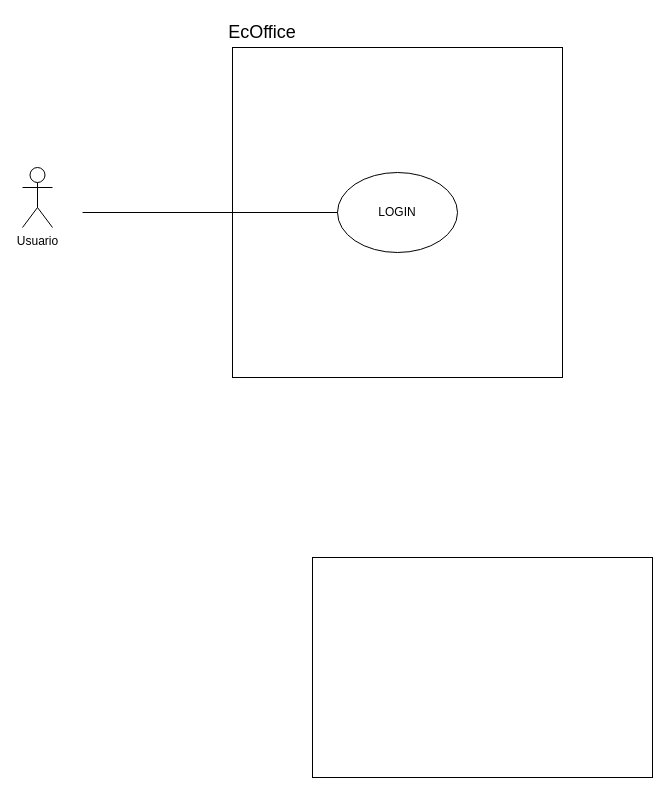
Before: EcOffice casos de uso.drawio in HaasjamesDEV/EcOffice, a draw.io diagram. Source tidied: cells renumbered, new cells numbered last; positions are measured from the earlier drawing's top-left corner, leaving out a move shared by most shapes. Both pictures are drawn from the tidied source at 100%, with x=0, y=0 at pixel (22, 17).
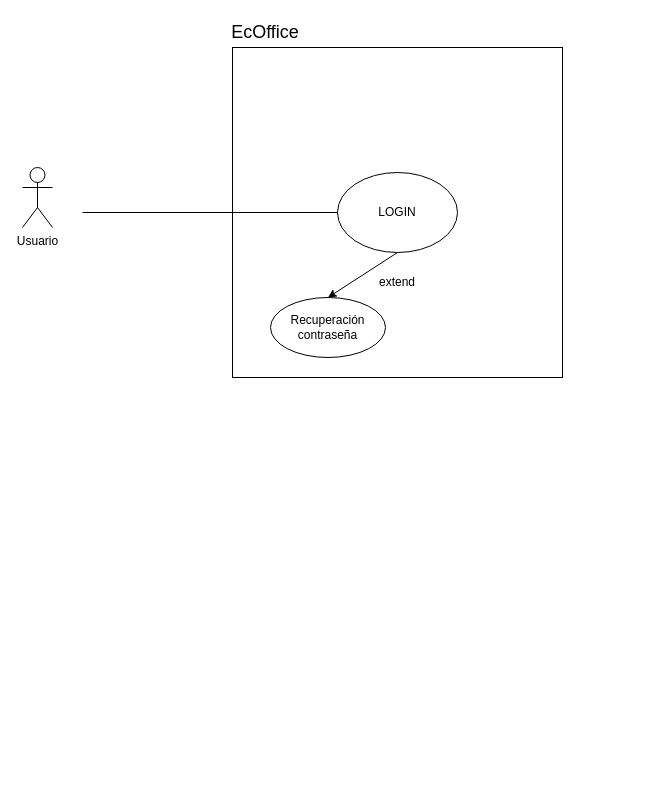
After the change.

Change to the diagram source:
```diff
@@
 <mxGraphModel>
   <root>
     <mxCell id="0" />
     <mxCell id="1" parent="0" />
     <mxCell id="2" style="whiteSpace=wrap;html=1;" parent="1" vertex="1">
       <mxGeometry x="210" y="30" width="330" height="330" as="geometry" />
     </mxCell>
     <mxCell id="3" value="Usuario" style="shape=umlActor;verticalLabelPosition=bottom;verticalAlign=top;html=1;" parent="1" vertex="1">
       <mxGeometry y="150" width="30" height="60" as="geometry" />
     </mxCell>
     <mxCell id="4" value="LOGIN" style="ellipse;whiteSpace=wrap;html=1;" parent="1" vertex="1">
       <mxGeometry x="315" y="155" width="120" height="80" as="geometry" />
     </mxCell>
     <mxCell id="5" value="&lt;font style=&quot;font-size: 18px;&quot;&gt;EcOffice&lt;/font&gt;" style="text;html=1;align=center;verticalAlign=middle;whiteSpace=wrap;rounded=0;" parent="1" vertex="1">
-      <mxGeometry x="210" width="60" height="30" as="geometry" />
+      <mxGeometry x="213" width="60" height="30" as="geometry" />
     </mxCell>
     <mxCell id="6" style="endArrow=none;html=1;rounded=0;entryX=0;entryY=0.5;entryDx=0;entryDy=0;" parent="1" edge="1" target="4">
       <mxGeometry relative="1" as="geometry">
         <mxPoint x="60" y="195" as="sourcePoint" />
       </mxGeometry>
     </mxCell>
-    <mxCell id="7" style="rounded=0;whiteSpace=wrap;html=1;" parent="1" vertex="1">
-      <mxGeometry x="290" y="540" width="340" height="220" as="geometry" />
-    </mxCell>
+    <mxCell id="8" value="Recuperación contraseña" style="ellipse;whiteSpace=wrap;html=1;" parent="1" vertex="1">
+      <mxGeometry x="248" y="280" width="115" height="60" as="geometry" />
+    </mxCell>
+    <mxCell id="9" style="endArrow=classic;html=1;rounded=0;entryX=0.5;entryY=0;entryDx=0;entryDy=0;exitX=0.5;exitY=1;exitDx=0;exitDy=0;" parent="1" edge="1" source="4" target="8">
+      <mxGeometry relative="1" as="geometry" />
+    </mxCell>
+    <mxCell id="10" value="extend" style="text;html=1;align=center;verticalAlign=middle;whiteSpace=wrap;rounded=0;" parent="1" vertex="1">
+      <mxGeometry x="345" y="250" width="60" height="30" as="geometry" />
+    </mxCell>
   </root>
 </mxGraphModel>
```
